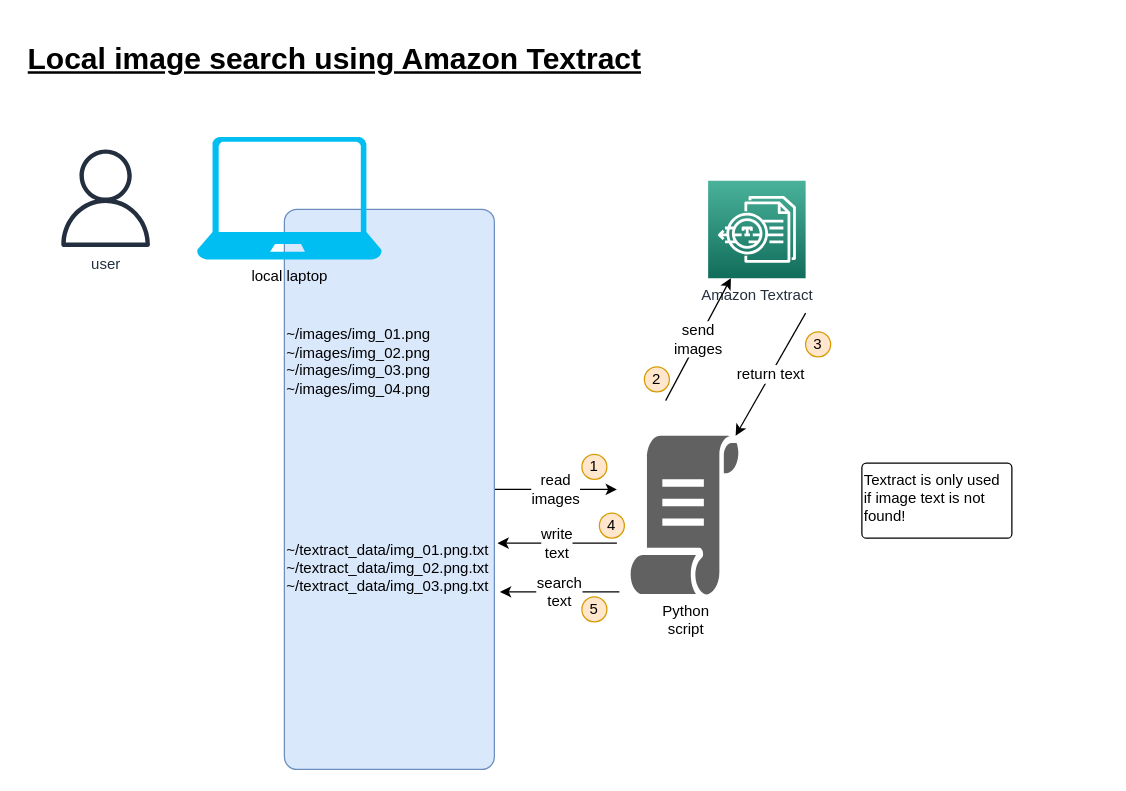
This is diagrams/Amazon-Textract-Image-Search.drawio from typex1/Amazon-Textract-Image-Search, a draw.io file, before an edit. Source tidied: cells renumbered, new cells numbered last; positions are measured from the earlier drawing's top-left corner, leaving out a move shared by most shapes. Both pictures are drawn from the tidied source at 125%, with x=0, y=0 at pixel (21, 34).
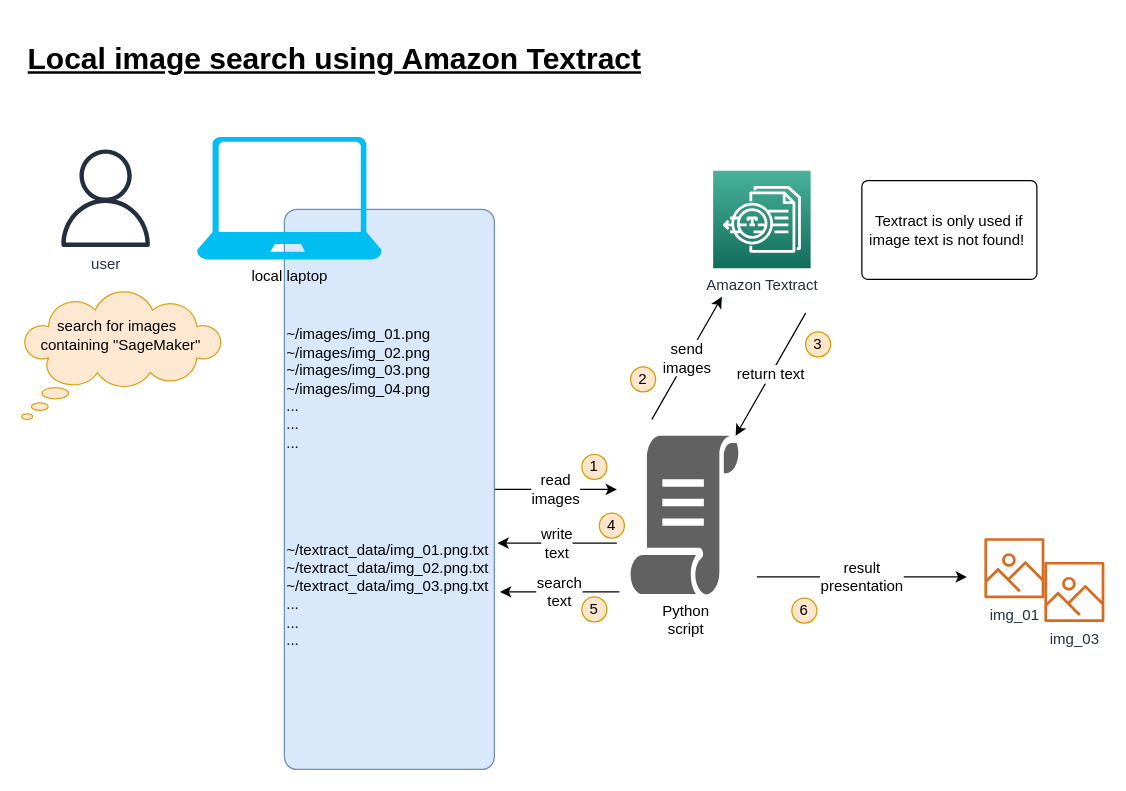
Above is the later version.

Diff of the diagram source:
```diff
@@
-    <mxCell id="3" value="&lt;br&gt;&lt;br&gt;&lt;br&gt;&lt;br&gt;&lt;br&gt;&lt;br&gt;~/images/img_01.png&lt;br&gt;~/images/img_02.png&lt;br&gt;~/images/img_03.png&lt;br&gt;~/images/img_04.png&lt;br&gt;&lt;br&gt;&lt;br&gt;&lt;br&gt;&lt;br&gt;&lt;br&gt;&lt;br&gt;&lt;br&gt;&lt;br&gt;~/textract_data/img_01.png.txt&lt;br&gt;~/textract_data/img_02.png.txt&lt;br&gt;~/textract_data/img_03.png.txt" style="rounded=1;whiteSpace=wrap;html=1;fillColor=#dae8fc;strokeColor=#6c8ebf;arcSize=6;align=left;verticalAlign=top;" parent="1" vertex="1">
+    <mxCell id="3" value="&lt;br&gt;&lt;br&gt;&lt;br&gt;&lt;br&gt;&lt;br&gt;&lt;br&gt;~/images/img_01.png&lt;br&gt;~/images/img_02.png&lt;br&gt;~/images/img_03.png&lt;br&gt;~/images/img_04.png&lt;br&gt;...&lt;br&gt;...&lt;br&gt;...&lt;br&gt;&lt;br&gt;&lt;br&gt;&lt;br&gt;&lt;br&gt;&lt;br&gt;~/textract_data/img_01.png.txt&lt;br&gt;~/textract_data/img_02.png.txt&lt;br&gt;~/textract_data/img_03.png.txt&lt;br&gt;...&lt;br&gt;...&lt;br&gt;...&lt;br&gt;" style="rounded=1;whiteSpace=wrap;html=1;fillColor=#dae8fc;strokeColor=#6c8ebf;arcSize=6;align=left;verticalAlign=top;" parent="1" vertex="1">
       <mxGeometry x="210" y="140" width="168" height="448" as="geometry" />
     </mxCell>
@@
     <mxCell id="7" value="Amazon Textract" style="sketch=0;points=[[0,0,0],[0.25,0,0],[0.5,0,0],[0.75,0,0],[1,0,0],[0,1,0],[0.25,1,0],[0.5,1,0],[0.75,1,0],[1,1,0],[0,0.25,0],[0,0.5,0],[0,0.75,0],[1,0.25,0],[1,0.5,0],[1,0.75,0]];outlineConnect=0;fontColor=#232F3E;gradientColor=#4AB29A;gradientDirection=north;fillColor=#116D5B;strokeColor=#ffffff;dashed=0;verticalLabelPosition=bottom;verticalAlign=top;align=center;html=1;fontSize=12;fontStyle=0;shape=mxgraph.aws4.resourceIcon;resIcon=mxgraph.aws4.textract;" parent="1" vertex="1">
-      <mxGeometry x="549" y="117" width="78" height="78" as="geometry" />
+      <mxGeometry x="553" y="109" width="78" height="78" as="geometry" />
     </mxCell>
-    <mxCell id="8" value="send&lt;br&gt;images" style="edgeStyle=none;rounded=0;jettySize=auto;html=1;fontSize=12;" parent="1" edge="1" target="7">
+    <mxCell id="8" value="send&lt;br&gt;images" style="edgeStyle=none;rounded=0;orthogonalLoop=1;jettySize=auto;html=1;fontSize=12;" parent="1" edge="1">
       <mxGeometry relative="1" as="geometry">
-        <mxPoint x="515" y="293" as="sourcePoint" />
+        <mxPoint x="504" y="308" as="sourcePoint" />
+        <mxPoint x="560" y="210" as="targetPoint" />
       </mxGeometry>
     </mxCell>
@@
     <mxCell id="14" value="2" style="ellipse;whiteSpace=wrap;html=1;fillColor=#ffe6cc;strokeColor=#d79b00;" parent="1" vertex="1">
-      <mxGeometry x="498" y="266" width="20" height="20" as="geometry" />
+      <mxGeometry x="487" y="266" width="20" height="20" as="geometry" />
     </mxCell>
@@
-    <mxCell id="18" value="&lt;font color=&quot;#000000&quot; style=&quot;font-size: 12px&quot;&gt;Textract is only used if image text is not found!&amp;nbsp;&lt;/font&gt;" style="rounded=1;whiteSpace=wrap;html=1;fontSize=12;align=left;verticalAlign=top;arcSize=6;" parent="1" vertex="1">
-      <mxGeometry x="672" y="343" width="120" height="60" as="geometry" />
+    <mxCell id="18" value="&lt;font color=&quot;#000000&quot; style=&quot;font-size: 12px&quot;&gt;Textract is only used if image text is not found!&amp;nbsp;&lt;/font&gt;" style="rounded=1;whiteSpace=wrap;html=1;fontSize=12;align=center;verticalAlign=middle;arcSize=6;" parent="1" vertex="1">
+      <mxGeometry x="672" y="117" width="140" height="79" as="geometry" />
     </mxCell>
+    <mxCell id="19" value="6" style="ellipse;whiteSpace=wrap;html=1;fillColor=#ffe6cc;strokeColor=#d79b00;" parent="1" vertex="1">
+      <mxGeometry x="616" y="451" width="20" height="20" as="geometry" />
+    </mxCell>
+    <mxCell id="20" value="img_01" style="sketch=0;fontColor=#232F3E;gradientColor=none;fillColor=#D45B07;strokeColor=none;dashed=0;verticalLabelPosition=bottom;verticalAlign=top;align=center;html=1;fontSize=12;fontStyle=0;shape=mxgraph.aws4.container_registry_image;opacity=90;" parent="1" vertex="1">
+      <mxGeometry x="770" y="403" width="48" height="48" as="geometry" />
+    </mxCell>
+    <mxCell id="21" value="img_03" style="sketch=0;fontColor=#232F3E;gradientColor=none;fillColor=#D45B07;strokeColor=none;dashed=0;verticalLabelPosition=bottom;verticalAlign=top;align=center;html=1;fontSize=12;fontStyle=0;shape=mxgraph.aws4.container_registry_image;opacity=90;" parent="1" vertex="1">
+      <mxGeometry x="818" y="422" width="48" height="48" as="geometry" />
+    </mxCell>
+    <mxCell id="22" value="result&lt;br&gt;presentation" style="endArrow=classic;html=1;rounded=0;fontSize=12;" parent="1" edge="1">
+      <mxGeometry relative="1" as="geometry">
+        <mxPoint x="588" y="434" as="sourcePoint" />
+        <mxPoint x="756" y="434" as="targetPoint" />
+      </mxGeometry>
+    </mxCell>
+    <mxCell id="23" value="&lt;br&gt;&amp;nbsp; &amp;nbsp; &amp;nbsp; &amp;nbsp; search for images&lt;br&gt;&amp;nbsp; &amp;nbsp; containing &quot;SageMaker&quot;" style="whiteSpace=wrap;html=1;shape=mxgraph.basic.cloud_callout;fontSize=12;align=left;verticalAlign=top;opacity=90;fillColor=#ffe6cc;strokeColor=#d79b00;" parent="1" vertex="1">
+      <mxGeometry y="206" width="160" height="102" as="geometry" />
+    </mxCell>
```
